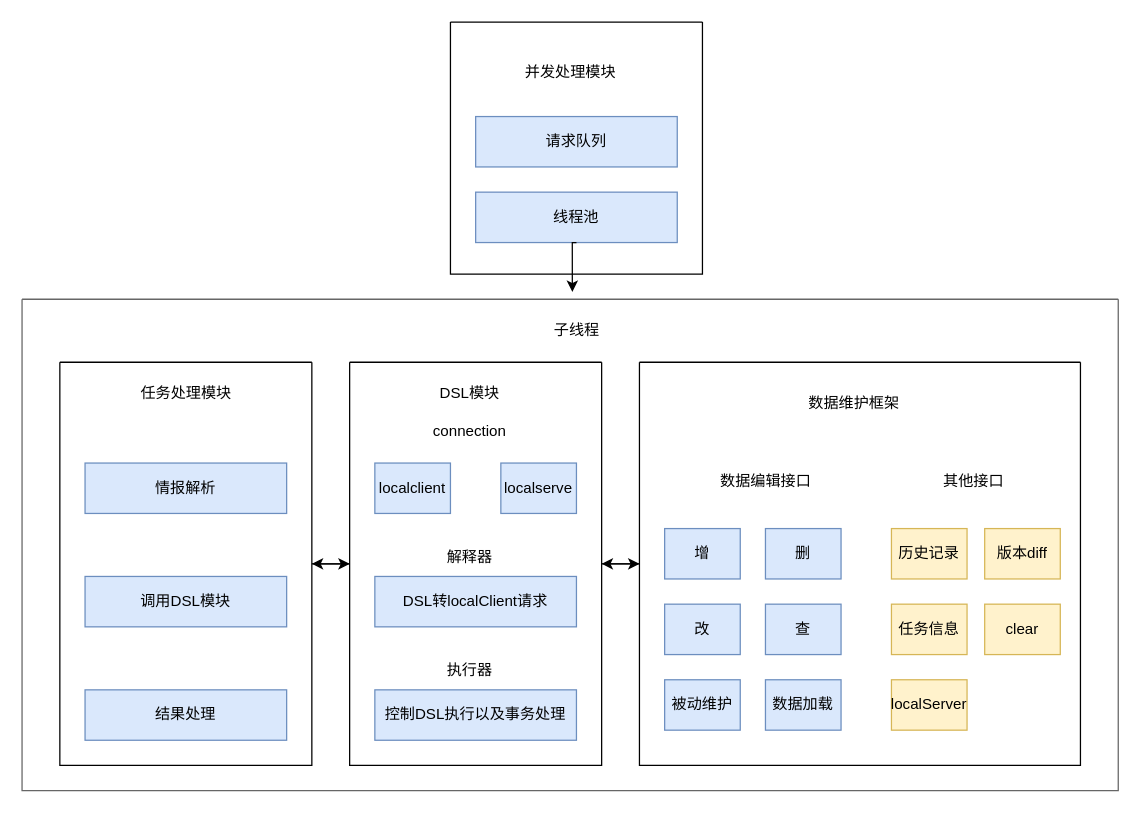
Above: kunyu-auto-server/前端自动化服务架构图.drawio in chaijinsong/draw.io (draw.io), before the change. Source tidied: cells renumbered, new cells numbered last; positions are measured from the earlier drawing's top-left corner, leaving out a move shared by most shapes. Both pictures are drawn from the tidied source at 126%, with x=0, y=0 at pixel (21, 21).
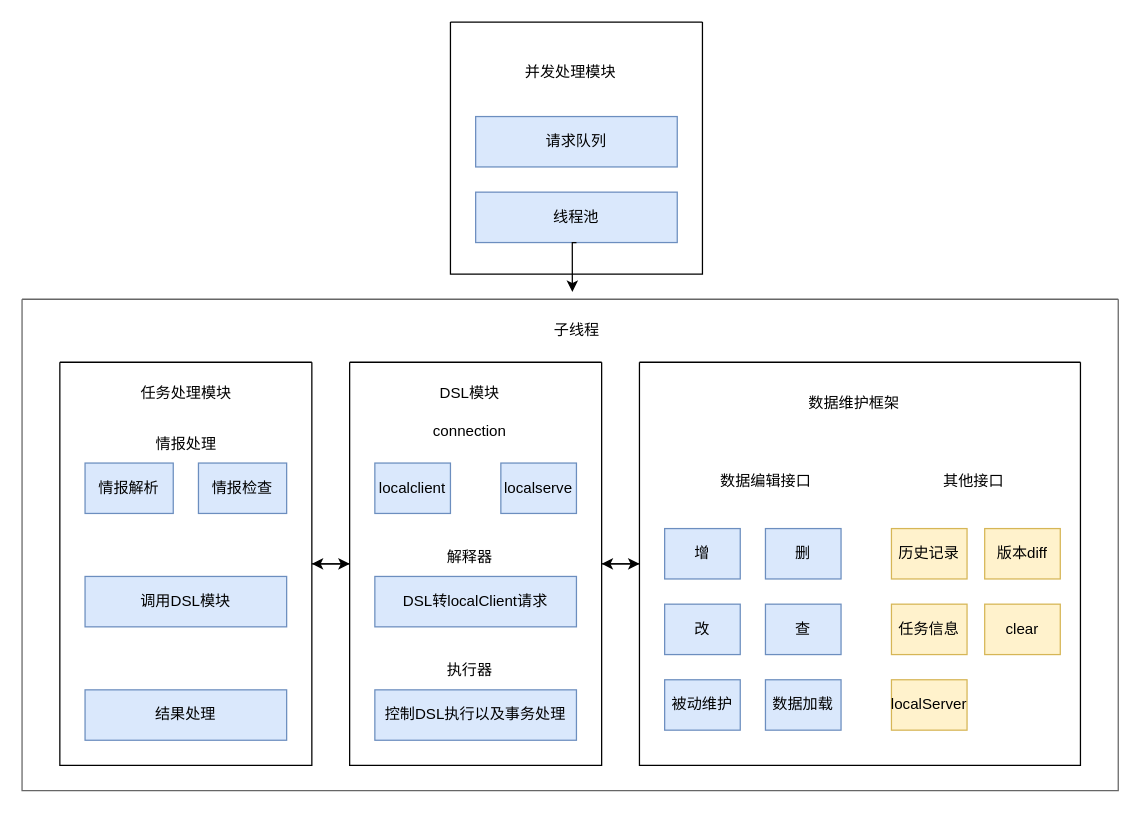
The same diagram, later.

Commit message (it also covers changes not shown here):
更新前端自动化服务架构图.drawio

Unchanged cells that the change refers to:
```xml
<mxCell id="32" style="swimlane;startSize=0;" parent="1" vertex="1">
  <mxGeometry x="30" y="270" width="200" height="320" as="geometry" />
</mxCell>
```

Change to the diagram source:
```diff
@@
     <mxCell id="36" value="情报解析" style="whiteSpace=wrap;html=1;fillColor=#dae8fc;strokeColor=#6c8ebf;" parent="32" vertex="1">
-      <mxGeometry x="20" y="80" width="160" height="40" as="geometry" />
+      <mxGeometry x="20" y="80" width="70" height="40" as="geometry" />
     </mxCell>
+    <mxCell id="42" value="情报检查" style="whiteSpace=wrap;html=1;fillColor=#dae8fc;strokeColor=#6c8ebf;" parent="32" vertex="1">
+      <mxGeometry x="110" y="80" width="70" height="40" as="geometry" />
+    </mxCell>
+    <mxCell id="43" value="情报处理" style="text;html=1;align=center;verticalAlign=middle;strokeColor=none;fillColor=none;" parent="32" vertex="1">
+      <mxGeometry x="65" y="50" width="70" height="30" as="geometry" />
+    </mxCell>
```
